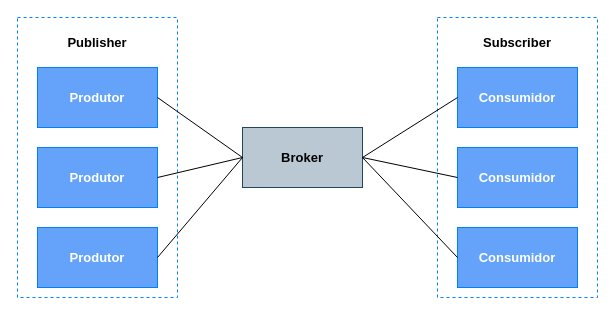
Above: architecture/Event-Driven.drawio in MateusjsSilva/CloudCareMonitor-Documents (draw.io), before the change. Source tidied: cells renumbered, new cells numbered last; positions are measured from the earlier drawing's top-left corner, leaving out a move shared by most shapes. Both pictures are drawn from the tidied source at 100%, with x=0, y=0 at pixel (17, 17).
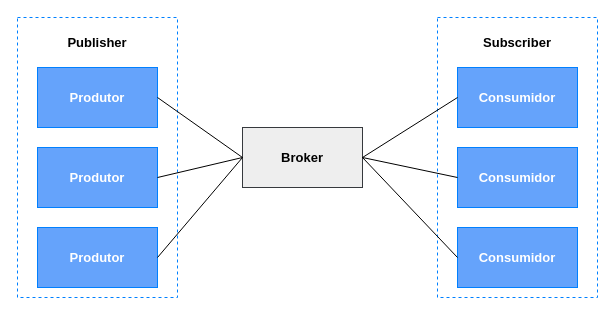
After the change.

Diff of the diagram source:
```diff
@@
-    <mxCell id="18" style="rounded=0;whiteSpace=wrap;html=1;fillColor=#bac8d3;strokeColor=#23445d;" parent="1" vertex="1">
+    <mxCell id="18" style="rounded=0;whiteSpace=wrap;html=1;fillColor=#eeeeee;strokeColor=#36393d;" parent="1" vertex="1">
       <mxGeometry x="225" y="110" width="120" height="60" as="geometry" />
     </mxCell>
```
